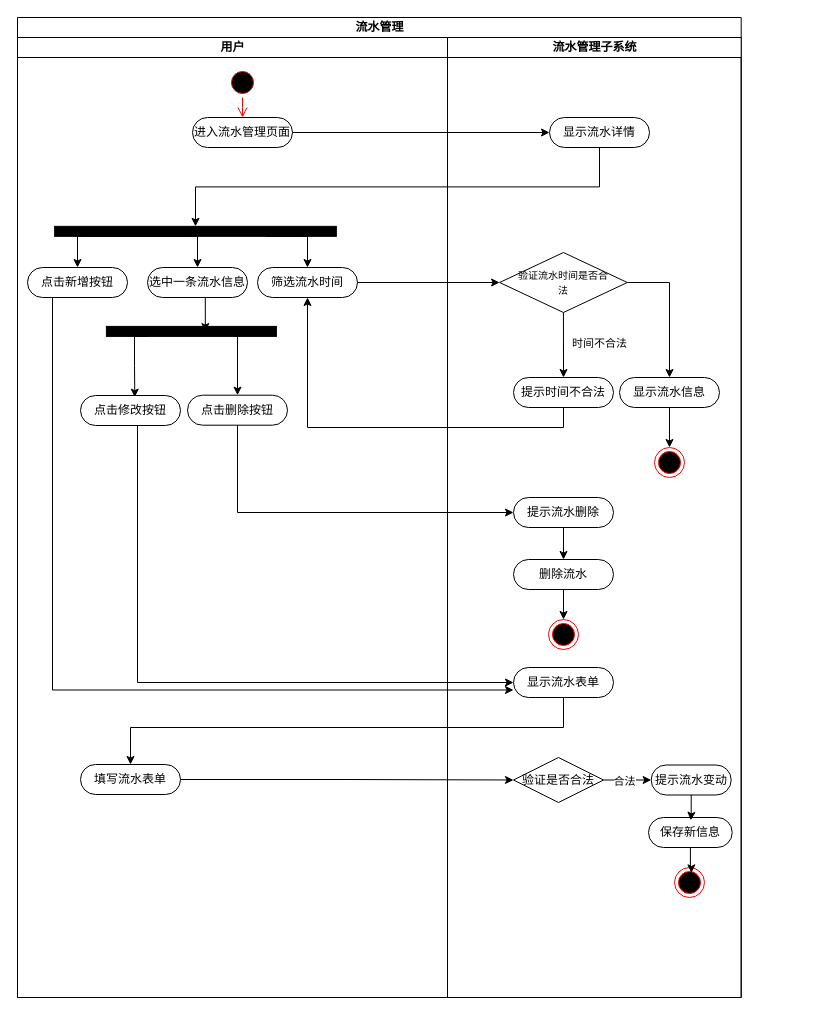
The draw.io diagram 目标管理活动图.drawio in PomeloLemon/SoftwareDiagrams, before the edit. Source tidied: cells renumbered, new cells numbered last; positions are measured from the earlier drawing's top-left corner, leaving out a move shared by most shapes. Both pictures are drawn from the tidied source at 100%, with x=0, y=0 at pixel (17, 17).
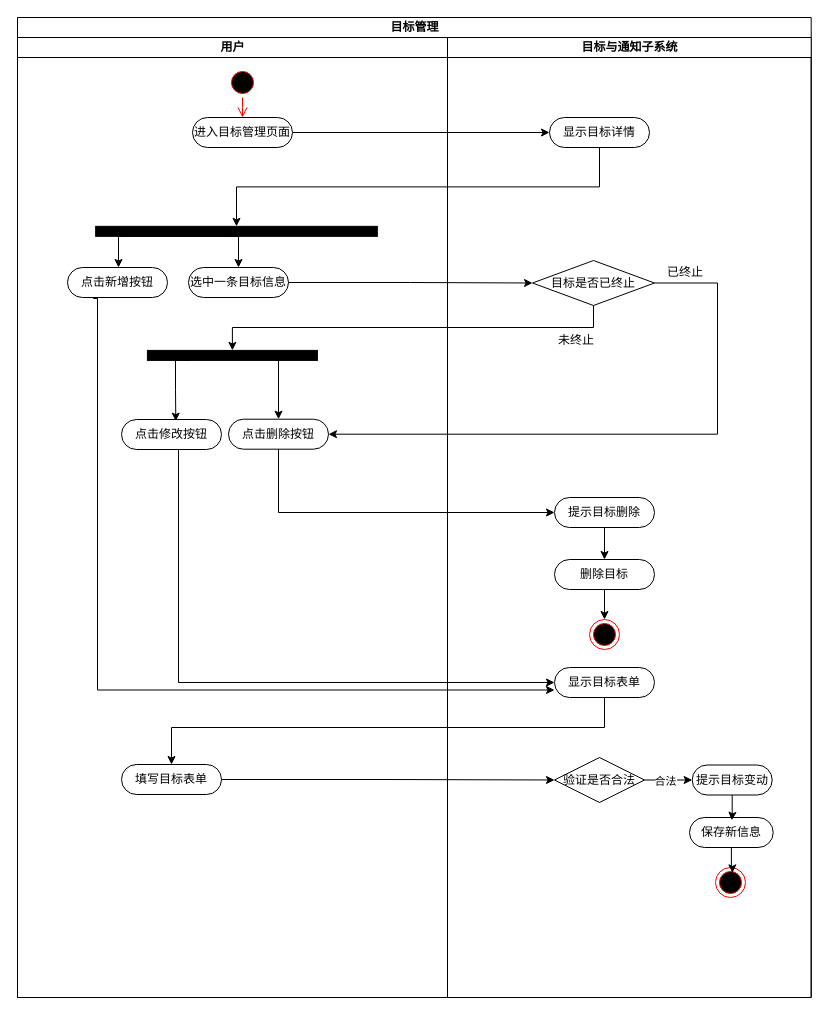
The same diagram, later.

Commit message (it also covers changes not shown here):
更新目标管理活动图.drawio

Unchanged cells that the change refers to:
```xml
<mxCell id="6" value="用户" style="swimlane;startSize=20;html=1;" parent="2" vertex="1">
  <mxGeometry y="20" width="430" height="960" as="geometry" />
</mxCell>
```

What changed in the source:
```diff
@@
-    <mxCell id="2" value="流水管理" style="swimlane;startSize=20;html=1;" parent="1" vertex="1">
-      <mxGeometry width="723.7" height="980" as="geometry" />
+    <mxCell id="2" value="目标管理" style="swimlane;startSize=20;html=1;" parent="1" vertex="1">
+      <mxGeometry width="793.7" height="980" as="geometry" />
     </mxCell>
@@
-    <mxCell id="5" style="edgeStyle=orthogonalEdgeStyle;rounded=0;jettySize=auto;html=1;entryX=0;entryY=0.5;entryDx=0;entryDy=0;" parent="2" edge="1" source="14" target="28">
-      <mxGeometry relative="1" as="geometry" />
-    </mxCell>
@@
-    <mxCell id="9" value="进入流水管理页面" style="rounded=1;whiteSpace=wrap;html=1;shadow=0;comic=0;labelBackgroundColor=none;strokeWidth=1;fontFamily=Verdana;fontSize=12;align=center;arcSize=50;" parent="6" vertex="1">
+    <mxCell id="9" value="进入目标管理页面" style="rounded=1;whiteSpace=wrap;html=1;shadow=0;comic=0;labelBackgroundColor=none;strokeWidth=1;fontFamily=Verdana;fontSize=12;align=center;arcSize=50;" parent="6" vertex="1">
       <mxGeometry x="175" y="80" width="100" height="30" as="geometry" />
     </mxCell>
-    <mxCell id="10" style="edgeStyle=orthogonalEdgeStyle;rounded=0;jettySize=auto;html=1;exitX=0.25;exitY=0;exitDx=0;exitDy=0;entryX=0.5;entryY=0;entryDx=0;entryDy=0;" parent="6" edge="1" source="13" target="14">
-      <mxGeometry relative="1" as="geometry">
-        <Array as="points">
-          <mxPoint x="290" y="199" />
-        </Array>
-      </mxGeometry>
-    </mxCell>
     <mxCell id="11" style="edgeStyle=orthogonalEdgeStyle;rounded=0;jettySize=auto;html=1;exitX=0.75;exitY=0;exitDx=0;exitDy=0;entryX=0.5;entryY=0;entryDx=0;entryDy=0;" parent="6" edge="1" source="13" target="15">
       <mxGeometry relative="1" as="geometry">
         <Array as="points">
-          <mxPoint x="180" y="199" />
+          <mxPoint x="221" y="199" />
         </Array>
       </mxGeometry>
     </mxCell>
-    <mxCell id="12" style="edgeStyle=orthogonalEdgeStyle;rounded=0;jettySize=auto;html=1;exitX=0.75;exitY=0;exitDx=0;exitDy=0;entryX=0.5;entryY=0;entryDx=0;entryDy=0;" parent="6" edge="1" source="13" target="22">
+    <mxCell id="12" style="edgeStyle=orthogonalEdgeStyle;rounded=0;jettySize=auto;html=1;exitX=0.75;exitY=0;exitDx=0;exitDy=0;entryX=0.5;entryY=0;entryDx=0;entryDy=0;" parent="6" edge="1" source="13">
       <mxGeometry relative="1" as="geometry">
+        <mxPoint x="101" y="230" as="targetPoint" />
         <Array as="points">
-          <mxPoint x="60" y="199" />
+          <mxPoint x="101" y="199" />
         </Array>
       </mxGeometry>
     </mxCell>
     <mxCell id="13" style="whiteSpace=wrap;html=1;rounded=0;shadow=0;comic=0;labelBackgroundColor=none;strokeWidth=1;fillColor=#000000;fontFamily=Verdana;fontSize=12;align=center;rotation=90;direction=south;" parent="6" vertex="1">
-      <mxGeometry x="173" y="53" width="10" height="281.7" as="geometry" />
+      <mxGeometry x="214" y="53" width="10" height="281.7" as="geometry" />
     </mxCell>
-    <mxCell id="14" value="筛选流水时间" style="rounded=1;whiteSpace=wrap;html=1;shadow=0;comic=0;labelBackgroundColor=none;strokeWidth=1;fontFamily=Verdana;fontSize=12;align=center;arcSize=50;" parent="6" vertex="1">
-      <mxGeometry x="240" y="230" width="100" height="30" as="geometry" />
-    </mxCell>
-    <mxCell id="15" value="选中一条流水信息" style="rounded=1;whiteSpace=wrap;html=1;shadow=0;comic=0;labelBackgroundColor=none;strokeWidth=1;fontFamily=Verdana;fontSize=12;align=center;arcSize=50;" parent="6" vertex="1">
-      <mxGeometry x="130" y="230" width="100" height="30" as="geometry" />
+    <mxCell id="15" value="选中一条目标信息" style="rounded=1;whiteSpace=wrap;html=1;shadow=0;comic=0;labelBackgroundColor=none;strokeWidth=1;fontFamily=Verdana;fontSize=12;align=center;arcSize=50;" parent="6" vertex="1">
+      <mxGeometry x="171" y="230" width="100" height="30" as="geometry" />
     </mxCell>
     <mxCell id="16" style="edgeStyle=orthogonalEdgeStyle;rounded=0;jettySize=auto;html=1;exitX=0.25;exitY=0;exitDx=0;exitDy=0;entryX=0.5;entryY=0;entryDx=0;entryDy=0;" parent="6" edge="1" source="17" target="19">
       <mxGeometry relative="1" as="geometry">
         <Array as="points">
-          <mxPoint x="220" y="299" />
+          <mxPoint x="261" y="323" />
         </Array>
       </mxGeometry>
     </mxCell>
     <mxCell id="17" style="whiteSpace=wrap;html=1;rounded=0;shadow=0;comic=0;labelBackgroundColor=none;strokeWidth=1;fillColor=#000000;fontFamily=Verdana;fontSize=12;align=center;rotation=90;direction=south;" parent="6" vertex="1">
-      <mxGeometry x="168.9" y="208.9" width="10" height="170" as="geometry" />
+      <mxGeometry x="209.9" y="232.9" width="10" height="170" as="geometry" />
     </mxCell>
-    <mxCell id="18" style="edgeStyle=orthogonalEdgeStyle;rounded=0;jettySize=auto;html=1;exitX=0.5;exitY=1;exitDx=0;exitDy=0;entryX=0.418;entryY=0.481;entryDx=0;entryDy=0;entryPerimeter=0;" parent="6" edge="1" source="15" target="17">
-      <mxGeometry relative="1" as="geometry" />
-    </mxCell>
     <mxCell id="19" value="点击删除按钮" style="rounded=1;whiteSpace=wrap;html=1;shadow=0;comic=0;labelBackgroundColor=none;strokeWidth=1;fontFamily=Verdana;fontSize=12;align=center;arcSize=50;" parent="6" vertex="1">
-      <mxGeometry x="170" y="357.7" width="100" height="30" as="geometry" />
+      <mxGeometry x="211" y="381.7" width="100" height="30" as="geometry" />
     </mxCell>
     <mxCell id="20" value="点击修改按钮" style="rounded=1;whiteSpace=wrap;html=1;shadow=0;comic=0;labelBackgroundColor=none;strokeWidth=1;fontFamily=Verdana;fontSize=12;align=center;arcSize=50;" parent="6" vertex="1">
-      <mxGeometry x="63" y="358" width="100" height="30" as="geometry" />
+      <mxGeometry x="104" y="382" width="100" height="30" as="geometry" />
     </mxCell>
-    <mxCell id="21" value="填写流水表单" style="rounded=1;whiteSpace=wrap;html=1;shadow=0;comic=0;labelBackgroundColor=none;strokeWidth=1;fontFamily=Verdana;fontSize=12;align=center;arcSize=50;" parent="6" vertex="1">
-      <mxGeometry x="63" y="727" width="100" height="30" as="geometry" />
+    <mxCell id="21" value="填写目标表单" style="rounded=1;whiteSpace=wrap;html=1;shadow=0;comic=0;labelBackgroundColor=none;strokeWidth=1;fontFamily=Verdana;fontSize=12;align=center;arcSize=50;" parent="6" vertex="1">
+      <mxGeometry x="104" y="727" width="100" height="30" as="geometry" />
     </mxCell>
     <mxCell id="22" value="点击新增按钮" style="rounded=1;whiteSpace=wrap;html=1;shadow=0;comic=0;labelBackgroundColor=none;strokeWidth=1;fontFamily=Verdana;fontSize=12;align=center;arcSize=50;" parent="6" vertex="1">
-      <mxGeometry x="10" y="230" width="100" height="30" as="geometry" />
+      <mxGeometry x="50" y="230" width="100" height="30" as="geometry" />
     </mxCell>
     <mxCell id="23" style="edgeStyle=orthogonalEdgeStyle;rounded=0;jettySize=auto;html=1;exitX=0.75;exitY=0;exitDx=0;exitDy=0;entryX=0.543;entryY=0.056;entryDx=0;entryDy=0;entryPerimeter=0;" parent="6" edge="1" source="17" target="20">
       <mxGeometry relative="1" as="geometry">
         <Array as="points">
-          <mxPoint x="117" y="299" />
-          <mxPoint x="117" y="328" />
-          <mxPoint x="117" y="328" />
+          <mxPoint x="158" y="323" />
+          <mxPoint x="158" y="352" />
+          <mxPoint x="158" y="352" />
         </Array>
       </mxGeometry>
     </mxCell>
-    <mxCell id="24" value="流水管理子系统" style="swimlane;startSize=20;html=1;" parent="2" vertex="1">
-      <mxGeometry x="430" y="20" width="293.7" height="960" as="geometry" />
+    <mxCell id="24" value="目标与通知子系统" style="swimlane;startSize=20;html=1;" parent="2" vertex="1">
+      <mxGeometry x="430" y="20" width="363.7" height="960" as="geometry" />
     </mxCell>
-    <mxCell id="25" value="显示流水详情" style="rounded=1;whiteSpace=wrap;html=1;shadow=0;comic=0;labelBackgroundColor=none;strokeWidth=1;fontFamily=Verdana;fontSize=12;align=center;arcSize=50;" parent="24" vertex="1">
+    <mxCell id="25" value="显示目标详情" style="rounded=1;whiteSpace=wrap;html=1;shadow=0;comic=0;labelBackgroundColor=none;strokeWidth=1;fontFamily=Verdana;fontSize=12;align=center;arcSize=50;" parent="24" vertex="1">
       <mxGeometry x="102" y="80" width="100" height="30" as="geometry" />
     </mxCell>
-    <mxCell id="26" style="edgeStyle=orthogonalEdgeStyle;rounded=0;jettySize=auto;html=1;exitX=1;exitY=0.5;exitDx=0;exitDy=0;entryX=0.5;entryY=0;entryDx=0;entryDy=0;" parent="24" edge="1" source="28" target="30">
-      <mxGeometry relative="1" as="geometry" />
-    </mxCell>
-    <mxCell id="27" style="edgeStyle=orthogonalEdgeStyle;rounded=0;jettySize=auto;html=1;exitX=0.5;exitY=1;exitDx=0;exitDy=0;entryX=0.5;entryY=0;entryDx=0;entryDy=0;" parent="24" edge="1" source="28" target="32">
-      <mxGeometry relative="1" as="geometry" />
-    </mxCell>
-    <mxCell id="28" value="&lt;font style=&quot;font-size: 10px;&quot;&gt;验证流水时间是否合&lt;br&gt;法&lt;/font&gt;" style="rhombus;whiteSpace=wrap;html=1;" parent="24" vertex="1">
-      <mxGeometry x="52.1" y="215" width="127.7" height="60" as="geometry" />
-    </mxCell>
-    <mxCell id="29" style="edgeStyle=orthogonalEdgeStyle;rounded=0;jettySize=auto;html=1;" parent="24" edge="1" source="30" target="31">
-      <mxGeometry relative="1" as="geometry" />
-    </mxCell>
-    <mxCell id="30" value="显示流水信息" style="rounded=1;whiteSpace=wrap;html=1;shadow=0;comic=0;labelBackgroundColor=none;strokeWidth=1;fontFamily=Verdana;fontSize=12;align=center;arcSize=50;" parent="24" vertex="1">
-      <mxGeometry x="172" y="340" width="100" height="30" as="geometry" />
-    </mxCell>
-    <mxCell id="31" style="ellipse;html=1;shape=endState;fillColor=#000000;strokeColor=#ff0000;" parent="24" vertex="1">
-      <mxGeometry x="207" y="410" width="30" height="30" as="geometry" />
-    </mxCell>
-    <mxCell id="32" value="提示时间不合法" style="rounded=1;whiteSpace=wrap;html=1;shadow=0;comic=0;labelBackgroundColor=none;strokeWidth=1;fontFamily=Verdana;fontSize=12;align=center;arcSize=50;" parent="24" vertex="1">
-      <mxGeometry x="66" y="340" width="100" height="30" as="geometry" />
-    </mxCell>
-    <mxCell id="33" value="时间不合法" style="edgeLabel;html=1;align=center;verticalAlign=middle;" parent="24" vertex="1">
-      <mxGeometry x="102" y="310" as="geometry">
-        <mxPoint x="49" y="-5" as="offset" />
-      </mxGeometry>
-    </mxCell>
@@
-    <mxCell id="35" value="提示流水删除" style="rounded=1;whiteSpace=wrap;html=1;shadow=0;comic=0;labelBackgroundColor=none;strokeWidth=1;fontFamily=Verdana;fontSize=12;align=center;arcSize=50;" parent="24" vertex="1">
-      <mxGeometry x="66" y="460" width="100" height="30" as="geometry" />
+    <mxCell id="35" value="提示目标删除" style="rounded=1;whiteSpace=wrap;html=1;shadow=0;comic=0;labelBackgroundColor=none;strokeWidth=1;fontFamily=Verdana;fontSize=12;align=center;arcSize=50;" parent="24" vertex="1">
+      <mxGeometry x="107" y="460" width="100" height="30" as="geometry" />
     </mxCell>
@@
-    <mxCell id="37" value="删除流水" style="rounded=1;whiteSpace=wrap;html=1;shadow=0;comic=0;labelBackgroundColor=none;strokeWidth=1;fontFamily=Verdana;fontSize=12;align=center;arcSize=50;" parent="24" vertex="1">
-      <mxGeometry x="66" y="522" width="100" height="30" as="geometry" />
+    <mxCell id="37" value="删除目标" style="rounded=1;whiteSpace=wrap;html=1;shadow=0;comic=0;labelBackgroundColor=none;strokeWidth=1;fontFamily=Verdana;fontSize=12;align=center;arcSize=50;" parent="24" vertex="1">
+      <mxGeometry x="107" y="522" width="100" height="30" as="geometry" />
     </mxCell>
     <mxCell id="38" style="ellipse;html=1;shape=endState;fillColor=#000000;strokeColor=#ff0000;" parent="24" vertex="1">
-      <mxGeometry x="101" y="582" width="30" height="30" as="geometry" />
+      <mxGeometry x="142" y="582" width="30" height="30" as="geometry" />
     </mxCell>
-    <mxCell id="39" value="显示流水表单" style="rounded=1;whiteSpace=wrap;html=1;shadow=0;comic=0;labelBackgroundColor=none;strokeWidth=1;fontFamily=Verdana;fontSize=12;align=center;arcSize=50;" parent="24" vertex="1">
-      <mxGeometry x="66" y="630" width="100" height="30" as="geometry" />
+    <mxCell id="39" value="显示目标表单" style="rounded=1;whiteSpace=wrap;html=1;shadow=0;comic=0;labelBackgroundColor=none;strokeWidth=1;fontFamily=Verdana;fontSize=12;align=center;arcSize=50;" parent="24" vertex="1">
+      <mxGeometry x="107" y="630" width="100" height="30" as="geometry" />
     </mxCell>
     <mxCell id="40" value="验证是否合法" style="rhombus;whiteSpace=wrap;html=1;" parent="24" vertex="1">
-      <mxGeometry x="66" y="720" width="90" height="45" as="geometry" />
+      <mxGeometry x="107" y="720" width="90" height="45" as="geometry" />
     </mxCell>
-    <mxCell id="41" value="提示流水变动" style="rounded=1;whiteSpace=wrap;html=1;shadow=0;comic=0;labelBackgroundColor=none;strokeWidth=1;fontFamily=Verdana;fontSize=12;align=center;arcSize=50;" parent="24" vertex="1">
-      <mxGeometry x="203.7" y="727.5" width="80" height="30" as="geometry" />
+    <mxCell id="41" value="提示目标变动" style="rounded=1;whiteSpace=wrap;html=1;shadow=0;comic=0;labelBackgroundColor=none;strokeWidth=1;fontFamily=Verdana;fontSize=12;align=center;arcSize=50;" parent="24" vertex="1">
+      <mxGeometry x="244.7" y="727.5" width="80" height="30" as="geometry" />
     </mxCell>
@@
     <mxCell id="44" value="保存新信息" style="rounded=1;whiteSpace=wrap;html=1;shadow=0;comic=0;labelBackgroundColor=none;strokeWidth=1;fontFamily=Verdana;fontSize=12;align=center;arcSize=50;" parent="24" vertex="1">
-      <mxGeometry x="201" y="780" width="83.7" height="30" as="geometry" />
+      <mxGeometry x="242" y="780" width="83.7" height="30" as="geometry" />
     </mxCell>
@@
     <mxCell id="46" style="ellipse;html=1;shape=endState;fillColor=#000000;strokeColor=#ff0000;" parent="24" vertex="1">
-      <mxGeometry x="227" y="830" width="30" height="30" as="geometry" />
+      <mxGeometry x="268" y="830" width="30" height="30" as="geometry" />
     </mxCell>
@@
-    <mxCell id="48" style="edgeStyle=orthogonalEdgeStyle;rounded=0;jettySize=auto;html=1;exitX=0.5;exitY=1;exitDx=0;exitDy=0;entryX=0.5;entryY=1;entryDx=0;entryDy=0;" parent="2" edge="1" source="32" target="14">
-      <mxGeometry relative="1" as="geometry" />
-    </mxCell>
+    <mxCell id="54" value="目标是否已终止" style="rhombus;whiteSpace=wrap;html=1;" parent="24" vertex="1">
+      <mxGeometry x="85" y="223" width="122" height="45" as="geometry" />
+    </mxCell>
+    <mxCell id="55" value="已终止" style="text;html=1;strokeColor=none;fillColor=none;align=center;verticalAlign=middle;whiteSpace=wrap;rounded=0;" parent="24" vertex="1">
+      <mxGeometry x="208" y="220" width="60" height="30" as="geometry" />
+    </mxCell>
+    <mxCell id="56" value="未终止" style="text;html=1;strokeColor=none;fillColor=none;align=center;verticalAlign=middle;whiteSpace=wrap;rounded=0;" parent="24" vertex="1">
+      <mxGeometry x="99" y="288" width="60" height="30" as="geometry" />
+    </mxCell>
@@
     <mxCell id="50" style="edgeStyle=orthogonalEdgeStyle;rounded=0;jettySize=auto;html=1;entryX=0.5;entryY=0;entryDx=0;entryDy=0;" parent="2" edge="1" source="39" target="21">
       <mxGeometry relative="1" as="geometry">
         <Array as="points">
-          <mxPoint x="546" y="710" />
-          <mxPoint x="113" y="710" />
+          <mxPoint x="587" y="710" />
+          <mxPoint x="154" y="710" />
         </Array>
       </mxGeometry>
     </mxCell>
@@
     <mxCell id="52" style="edgeStyle=orthogonalEdgeStyle;rounded=0;jettySize=auto;html=1;entryX=0;entryY=0.5;entryDx=0;entryDy=0;" parent="2" edge="1" source="20" target="39">
       <mxGeometry relative="1" as="geometry">
         <Array as="points">
-          <mxPoint x="120" y="665" />
+          <mxPoint x="161" y="665" />
         </Array>
       </mxGeometry>
     </mxCell>
-    <mxCell id="53" style="edgeStyle=orthogonalEdgeStyle;rounded=0;jettySize=auto;html=1;exitX=0.25;exitY=1;exitDx=0;exitDy=0;entryX=0;entryY=0.75;entryDx=0;entryDy=0;" parent="2" edge="1" source="22" target="39">
-      <mxGeometry relative="1" as="geometry" />
+    <mxCell id="53" style="edgeStyle=orthogonalEdgeStyle;rounded=0;jettySize=auto;html=1;exitX=0.25;exitY=1;exitDx=0;exitDy=0;entryX=0;entryY=0.75;entryDx=0;entryDy=0;" parent="2" edge="1" target="39">
+      <mxGeometry relative="1" as="geometry">
+        <mxPoint x="76" y="280" as="sourcePoint" />
+        <Array as="points">
+          <mxPoint x="76" y="281" />
+          <mxPoint x="80" y="281" />
+          <mxPoint x="80" y="673" />
+        </Array>
+      </mxGeometry>
     </mxCell>
+    <mxCell id="57" style="edgeStyle=orthogonalEdgeStyle;rounded=0;jettySize=auto;html=1;" parent="2" edge="1" source="15" target="54">
+      <mxGeometry relative="1" as="geometry" />
+    </mxCell>
+    <mxCell id="58" style="edgeStyle=orthogonalEdgeStyle;rounded=0;jettySize=auto;html=1;exitX=0.5;exitY=1;exitDx=0;exitDy=0;entryX=0.5;entryY=1;entryDx=0;entryDy=0;" parent="2" edge="1" source="54" target="17">
+      <mxGeometry relative="1" as="geometry">
+        <Array as="points">
+          <mxPoint x="576" y="310" />
+          <mxPoint x="215" y="310" />
+        </Array>
+      </mxGeometry>
+    </mxCell>
+    <mxCell id="59" style="edgeStyle=orthogonalEdgeStyle;rounded=0;jettySize=auto;html=1;entryX=1;entryY=0.5;entryDx=0;entryDy=0;" parent="2" edge="1" source="54" target="19">
+      <mxGeometry relative="1" as="geometry">
+        <Array as="points">
+          <mxPoint x="700" y="266" />
+          <mxPoint x="700" y="417" />
+        </Array>
+      </mxGeometry>
+    </mxCell>
```
